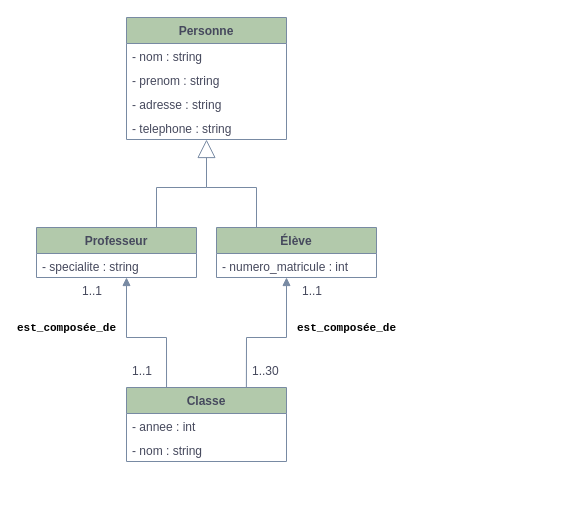
Before: page "Classes" (2 of 3) of TP05_Animaux_UML.drawio in toruke/Demo_UML, a draw.io diagram. Source tidied: cells renumbered, new cells numbered last; positions are measured from the earlier drawing's top-left corner, leaving out a move shared by most shapes. Both pictures are drawn from the tidied source at 100%, with x=0, y=0 at pixel (36, 17).
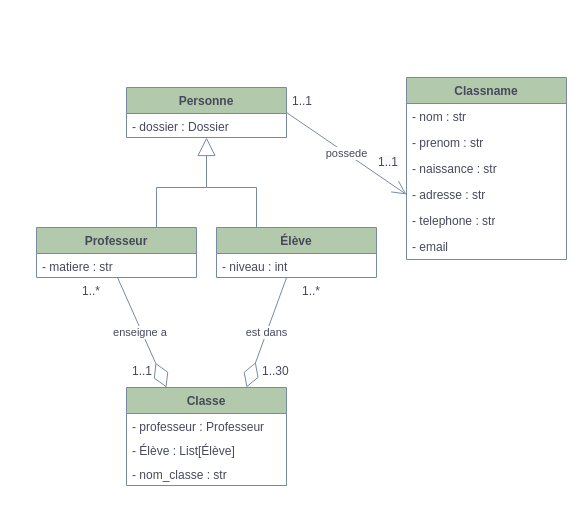
After the change.

The change refers to these unchanged cells:
```xml
<mxCell id="10" value="&lt;strong&gt;Élève&lt;/strong&gt;" style="swimlane;fontStyle=1;align=center;verticalAlign=top;horizontal=1;startSize=26;whiteSpace=wrap;html=1;labelBackgroundColor=none;fillColor=#B2C9AB;strokeColor=#788AA3;fontColor=#46495D;" parent="1" vertex="1">
  <mxGeometry x="180" y="210" width="160" height="50" as="geometry" />
</mxCell>
<mxCell id="13" value="Professeur" style="swimlane;fontStyle=1;align=center;verticalAlign=top;horizontal=1;startSize=26;whiteSpace=wrap;html=1;labelBackgroundColor=none;fillColor=#B2C9AB;strokeColor=#788AA3;fontColor=#46495D;" parent="1" vertex="1">
  <mxGeometry y="210" width="160" height="50" as="geometry" />
</mxCell>
<mxCell id="20" value="1..1" style="text;strokeColor=none;fillColor=none;spacingLeft=4;spacingRight=4;overflow=hidden;points=[[0,0.5],[1,0.5]];portConstraint=eastwest;fontSize=12;whiteSpace=wrap;html=1;fontColor=#46495D;labelBackgroundColor=none;" parent="1" vertex="1">
  <mxGeometry x="90" y="340" width="40" height="30" as="geometry" />
</mxCell>
```

Change to the diagram source:
```diff
@@
     <mxCell id="2" value="Classe" style="swimlane;fontStyle=1;align=center;verticalAlign=top;horizontal=1;startSize=26;whiteSpace=wrap;html=1;labelBackgroundColor=none;fillColor=#B2C9AB;strokeColor=#788AA3;fontColor=#46495D;" parent="1" vertex="1">
-      <mxGeometry x="90" y="370" width="160" height="74" as="geometry" />
+      <mxGeometry x="90" y="370" width="160" height="98" as="geometry" />
     </mxCell>
-    <mxCell id="3" value="- annee : int" style="text;align=left;verticalAlign=top;spacingLeft=4;spacingRight=4;overflow=hidden;labelBackgroundColor=none;fontColor=#46495D;" parent="2" vertex="1">
+    <mxCell id="3" value="- professeur : Professeur" style="text;align=left;verticalAlign=top;spacingLeft=4;spacingRight=4;overflow=hidden;labelBackgroundColor=none;fontColor=#46495D;" parent="2" vertex="1">
       <mxGeometry y="26" width="160" height="24" as="geometry" />
     </mxCell>
+    <mxCell id="22" value="- Élève : List[Élève]" style="text;align=left;verticalAlign=top;spacingLeft=4;spacingRight=4;overflow=hidden;labelBackgroundColor=none;fontColor=#46495D;" parent="2" vertex="1">
+      <mxGeometry y="50" width="160" height="24" as="geometry" />
+    </mxCell>
-    <mxCell id="4" value="- nom : string" style="text;align=left;verticalAlign=top;spacingLeft=4;spacingRight=4;overflow=hidden;labelBackgroundColor=none;fontColor=#46495D;" parent="2" vertex="1">
-      <mxGeometry y="50" width="160" height="24" as="geometry" />
+    <mxCell id="4" value="- nom_classe : str" style="text;align=left;verticalAlign=top;spacingLeft=4;spacingRight=4;overflow=hidden;labelBackgroundColor=none;fontColor=#46495D;" parent="2" vertex="1">
+      <mxGeometry y="74" width="160" height="24" as="geometry" />
     </mxCell>
     <mxCell id="5" value="Personne" style="swimlane;fontStyle=1;align=center;verticalAlign=top;horizontal=1;startSize=26;whiteSpace=wrap;html=1;labelBackgroundColor=none;fillColor=#B2C9AB;strokeColor=#788AA3;fontColor=#46495D;" parent="1" vertex="1">
-      <mxGeometry x="90" width="160" height="122" as="geometry" />
+      <mxGeometry x="90" y="70" width="160" height="50" as="geometry" />
     </mxCell>
-    <mxCell id="6" value="- nom : string" style="text;align=left;verticalAlign=top;spacingLeft=4;spacingRight=4;overflow=hidden;labelBackgroundColor=none;fontColor=#46495D;" parent="5" vertex="1">
+    <mxCell id="6" value="- dossier : Dossier" style="text;align=left;verticalAlign=top;spacingLeft=4;spacingRight=4;overflow=hidden;labelBackgroundColor=none;fontColor=#46495D;" parent="5" vertex="1">
       <mxGeometry y="26" width="160" height="24" as="geometry" />
     </mxCell>
-    <mxCell id="7" value="- prenom : string" style="text;align=left;verticalAlign=top;spacingLeft=4;spacingRight=4;overflow=hidden;labelBackgroundColor=none;fontColor=#46495D;" parent="5" vertex="1">
-      <mxGeometry y="50" width="160" height="24" as="geometry" />
-    </mxCell>
-    <mxCell id="8" value="- adresse : string" style="text;align=left;verticalAlign=top;spacingLeft=4;spacingRight=4;overflow=hidden;labelBackgroundColor=none;fontColor=#46495D;" parent="5" vertex="1">
-      <mxGeometry y="74" width="160" height="24" as="geometry" />
-    </mxCell>
-    <mxCell id="9" value="- telephone : string" style="text;align=left;verticalAlign=top;spacingLeft=4;spacingRight=4;overflow=hidden;labelBackgroundColor=none;fontColor=#46495D;" parent="5" vertex="1">
-      <mxGeometry y="98" width="160" height="24" as="geometry" />
-    </mxCell>
@@
-    <mxCell id="11" value="- numero_matricule : int" style="text;align=left;verticalAlign=top;spacingLeft=4;spacingRight=4;overflow=hidden;points=[[0,0.5],[1,0.5]];portConstraint=eastwest;labelBackgroundColor=none;fontColor=#46495D;" parent="10" vertex="1">
+    <mxCell id="11" value="- niveau : int" style="text;align=left;verticalAlign=top;spacingLeft=4;spacingRight=4;overflow=hidden;points=[[0,0.5],[1,0.5]];portConstraint=eastwest;labelBackgroundColor=none;fontColor=#46495D;" parent="10" vertex="1">
       <mxGeometry y="26" width="160" height="24" as="geometry" />
     </mxCell>
@@
-    <mxCell id="14" value="- specialite : string" style="text;strokeColor=none;fillColor=none;align=left;verticalAlign=top;spacingLeft=4;spacingRight=4;overflow=hidden;whiteSpace=wrap;html=1;labelBackgroundColor=none;fontColor=#46495D;" parent="13" vertex="1">
+    <mxCell id="14" value="- matiere : str" style="text;strokeColor=none;fillColor=none;align=left;verticalAlign=top;spacingLeft=4;spacingRight=4;overflow=hidden;whiteSpace=wrap;html=1;labelBackgroundColor=none;fontColor=#46495D;" parent="13" vertex="1">
       <mxGeometry y="26" width="160" height="24" as="geometry" />
     </mxCell>
@@
-    <mxCell id="16" value="&lt;strong&gt;&lt;code&gt;est_composée_de&lt;/code&gt;&lt;/strong&gt;" style="html=1;verticalAlign=bottom;endArrow=block;curved=0;rounded=0;strokeColor=#788AA3;fontColor=default;fillColor=#B2C9AB;exitX=-0.003;exitY=0.999;exitDx=0;exitDy=0;exitPerimeter=0;labelBackgroundColor=none;" parent="1" edge="1" source="21">
-      <mxGeometry x="0.2" y="-60" relative="1" as="geometry">
-        <mxPoint x="250" y="260" as="targetPoint" />
-        <Array as="points">
-          <mxPoint x="210" y="320" />
-          <mxPoint x="250" y="320" />
-        </Array>
-      </mxGeometry>
-    </mxCell>
-    <mxCell id="17" value="&lt;strong&gt;&lt;code&gt;est_composée_de&lt;/code&gt;&lt;/strong&gt;" style="html=1;verticalAlign=bottom;endArrow=block;curved=0;rounded=0;strokeColor=#788AA3;fontColor=default;fillColor=#B2C9AB;exitX=1.001;exitY=0.999;exitDx=0;exitDy=0;exitPerimeter=0;labelBackgroundColor=none;" parent="1" edge="1" source="20">
-      <mxGeometry x="0.2" y="60" relative="1" as="geometry">
-        <mxPoint x="90" y="260" as="targetPoint" />
-        <Array as="points">
-          <mxPoint x="130" y="320" />
-          <mxPoint x="90" y="320" />
-        </Array>
-      </mxGeometry>
-    </mxCell>
-    <mxCell id="18" value="1..1" style="text;strokeColor=none;fillColor=none;spacingLeft=4;spacingRight=4;overflow=hidden;points=[[0,0.5],[1,0.5]];portConstraint=eastwest;fontSize=12;whiteSpace=wrap;html=1;fontColor=#46495D;labelBackgroundColor=none;" parent="1" vertex="1">
+    <mxCell id="18" value="1..*" style="text;strokeColor=none;fillColor=none;spacingLeft=4;spacingRight=4;overflow=hidden;points=[[0,0.5],[1,0.5]];portConstraint=eastwest;fontSize=12;whiteSpace=wrap;html=1;fontColor=#46495D;labelBackgroundColor=none;" parent="1" vertex="1">
       <mxGeometry x="40" y="260" width="40" height="30" as="geometry" />
     </mxCell>
-    <mxCell id="19" value="1..1" style="text;strokeColor=none;fillColor=none;spacingLeft=4;spacingRight=4;overflow=hidden;fontSize=12;whiteSpace=wrap;html=1;fontColor=#46495D;labelBackgroundColor=none;" parent="1" vertex="1">
+    <mxCell id="19" value="1..*" style="text;strokeColor=none;fillColor=none;spacingLeft=4;spacingRight=4;overflow=hidden;fontSize=12;whiteSpace=wrap;html=1;fontColor=#46495D;labelBackgroundColor=none;" parent="1" vertex="1">
       <mxGeometry x="260" y="260" width="40" height="30" as="geometry" />
     </mxCell>
@@
     <mxCell id="21" value="1..30" style="text;strokeColor=none;fillColor=none;spacingLeft=4;spacingRight=4;overflow=hidden;points=[[0,0.5],[1,0.5]];portConstraint=eastwest;fontSize=12;whiteSpace=wrap;html=1;fontColor=#46495D;labelBackgroundColor=none;" parent="1" vertex="1">
-      <mxGeometry x="210" y="340" width="40" height="30" as="geometry" />
+      <mxGeometry x="220" y="340" width="40" height="30" as="geometry" />
     </mxCell>
+    <mxCell id="23" value="enseigne a&amp;nbsp;" style="endArrow=diamondThin;endFill=0;endSize=24;html=1;rounded=0;strokeColor=#788AA3;fontColor=#46495D;fillColor=#B2C9AB;exitX=1.025;exitY=0;exitDx=0;exitDy=0;exitPerimeter=0;entryX=0.25;entryY=0;entryDx=0;entryDy=0;" parent="1" edge="1" source="18" target="2">
+      <mxGeometry relative="1" as="geometry" />
+    </mxCell>
+    <mxCell id="24" value="est dans" style="endArrow=diamondThin;endFill=0;endSize=24;html=1;rounded=0;strokeColor=#788AA3;fontColor=#46495D;fillColor=#B2C9AB;exitX=0.438;exitY=1;exitDx=0;exitDy=0;exitPerimeter=0;entryX=0.75;entryY=0;entryDx=0;entryDy=0;" parent="1" edge="1" source="11" target="2">
+      <mxGeometry relative="1" as="geometry" />
+    </mxCell>
+    <mxCell id="25" value="Classname" style="swimlane;fontStyle=1;align=center;verticalAlign=top;horizontal=1;startSize=26;whiteSpace=wrap;html=1;strokeColor=#788AA3;fontColor=#46495D;fillColor=#B2C9AB;" parent="1" vertex="1">
+      <mxGeometry x="370" y="60" width="160" height="182" as="geometry" />
+    </mxCell>
+    <mxCell id="26" value="- nom : str" style="text;strokeColor=none;fillColor=none;align=left;verticalAlign=top;spacingLeft=4;spacingRight=4;overflow=hidden;whiteSpace=wrap;html=1;fontColor=#46495D;" parent="25" vertex="1">
+      <mxGeometry y="26" width="160" height="26" as="geometry" />
+    </mxCell>
+    <mxCell id="27" value="- prenom : str" style="text;strokeColor=none;fillColor=none;align=left;verticalAlign=top;spacingLeft=4;spacingRight=4;overflow=hidden;whiteSpace=wrap;html=1;fontColor=#46495D;" parent="25" vertex="1">
+      <mxGeometry y="52" width="160" height="26" as="geometry" />
+    </mxCell>
+    <mxCell id="28" value="- naissance : str" style="text;strokeColor=none;fillColor=none;align=left;verticalAlign=top;spacingLeft=4;spacingRight=4;overflow=hidden;whiteSpace=wrap;html=1;fontColor=#46495D;" parent="25" vertex="1">
+      <mxGeometry y="78" width="160" height="26" as="geometry" />
+    </mxCell>
+    <mxCell id="29" value="- adresse : str" style="text;strokeColor=none;fillColor=none;align=left;verticalAlign=top;spacingLeft=4;spacingRight=4;overflow=hidden;points=[[0,0.5],[1,0.5]];portConstraint=eastwest;whiteSpace=wrap;html=1;fontColor=#46495D;" parent="25" vertex="1">
+      <mxGeometry y="104" width="160" height="26" as="geometry" />
+    </mxCell>
+    <mxCell id="30" value="- telephone : str" style="text;strokeColor=none;fillColor=none;align=left;verticalAlign=top;spacingLeft=4;spacingRight=4;overflow=hidden;whiteSpace=wrap;html=1;fontColor=#46495D;" parent="25" vertex="1">
+      <mxGeometry y="130" width="160" height="26" as="geometry" />
+    </mxCell>
+    <mxCell id="31" value="- email" style="text;strokeColor=none;fillColor=none;align=left;verticalAlign=top;spacingLeft=4;spacingRight=4;overflow=hidden;whiteSpace=wrap;html=1;fontColor=#46495D;" parent="25" vertex="1">
+      <mxGeometry y="156" width="160" height="26" as="geometry" />
+    </mxCell>
+    <mxCell id="32" value="possede" style="endArrow=open;endFill=1;endSize=12;html=1;rounded=0;strokeColor=#788AA3;fontColor=#46495D;fillColor=#B2C9AB;entryX=0;entryY=0.5;entryDx=0;entryDy=0;" parent="1" edge="1" target="29">
+      <mxGeometry relative="1" as="geometry">
+        <mxPoint x="250" y="95" as="sourcePoint" />
+      </mxGeometry>
+    </mxCell>
+    <mxCell id="33" value="1..1" style="text;strokeColor=none;fillColor=none;spacingLeft=4;spacingRight=4;overflow=hidden;fontSize=12;whiteSpace=wrap;html=1;fontColor=#46495D;labelBackgroundColor=none;" parent="1" vertex="1">
+      <mxGeometry x="250" y="70" width="40" height="30" as="geometry" />
+    </mxCell>
+    <mxCell id="34" value="&lt;span style=&quot;color: rgb(70, 73, 93); font-family: Helvetica; font-size: 12px; font-style: normal; font-variant-ligatures: normal; font-variant-caps: normal; font-weight: 400; letter-spacing: normal; orphans: 2; text-align: left; text-indent: 0px; text-transform: none; widows: 2; word-spacing: 0px; -webkit-text-stroke-width: 0px; background-color: rgb(251, 251, 251); text-decoration-thickness: initial; text-decoration-style: initial; text-decoration-color: initial; float: none; display: inline !important;&quot;&gt;1..1&lt;/span&gt;" style="text;whiteSpace=wrap;html=1;fontColor=#46495D;" parent="1" vertex="1">
+      <mxGeometry x="340" y="131" width="50" height="40" as="geometry" />
+    </mxCell>
```
